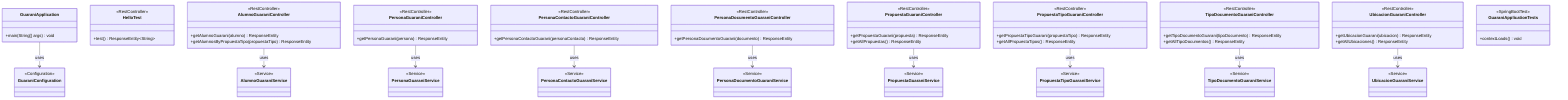
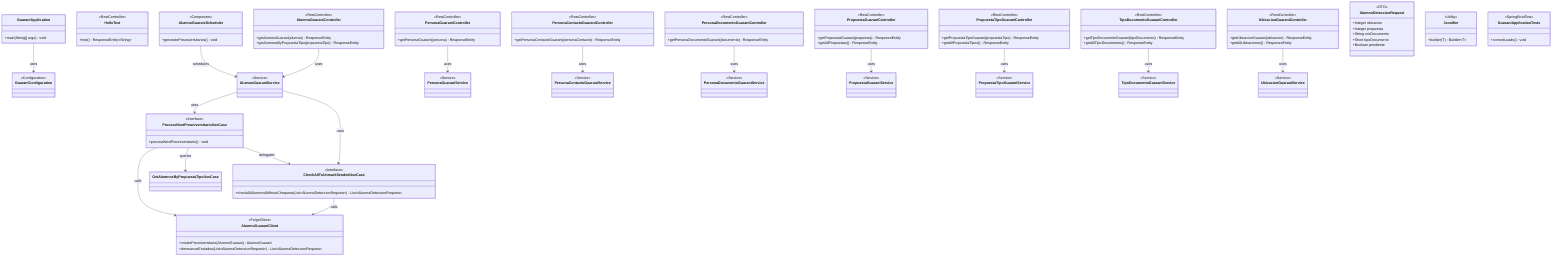
classDiagram
    class GuaraniApplication {
        +main(String[] args) void
    }

    class GuaraniConfiguration {
        <<Configuration>>
        <<EnableFeignClients>>
+         <<EnableScheduling>>
    }

    class HelloTest {
        <<RestController>>
        +test() ResponseEntity~String~
    }

    class AlumnoGuaraniController {
        <<RestController>>
        +getAlumnoGuarani(alumno) ResponseEntity
        +getAlumnosByPropuestaTipo(propuestaTipo) ResponseEntity
    }

    class PersonaGuaraniController {
        <<RestController>>
        +getPersonaGuarani(persona) ResponseEntity
    }

    class PersonaContactoGuaraniController {
        <<RestController>>
        +getPersonaContactoGuarani(personaContacto) ResponseEntity
    }

    class PersonaDocumentoGuaraniController {
        <<RestController>>
        +getPersonaDocumentoGuarani(documento) ResponseEntity
    }

    class PropuestaGuaraniController {
        <<RestController>>
        +getPropuestaGuarani(propuesta) ResponseEntity
        +getAllPropuestas() ResponseEntity
    }

    class PropuestaTipoGuaraniController {
        <<RestController>>
        +getPropuestaTipoGuarani(propuestaTipo) ResponseEntity
        +getAllPropuestaTipos() ResponseEntity
    }

    class TipoDocumentoGuaraniController {
        <<RestController>>
        +getTipoDocumentoGuarani(tipoDocumento) ResponseEntity
        +getAllTipoDocumentos() ResponseEntity
    }

    class UbicacionGuaraniController {
        <<RestController>>
        +getUbicacionGuarani(ubicacion) ResponseEntity
        +getAllUbicaciones() ResponseEntity
    }

    class AlumnoGuaraniService {
        <<Service>>
    }

    class PersonaGuaraniService {
        <<Service>>
    }

    class PersonaContactoGuaraniService {
        <<Service>>
    }

    class PersonaDocumentoGuaraniService {
        <<Service>>
    }

    class PropuestaGuaraniService {
        <<Service>>
    }

    class PropuestaTipoGuaraniService {
        <<Service>>
    }

    class TipoDocumentoGuaraniService {
        <<Service>>
    }

    class UbicacionGuaraniService {
        <<Service>>
    }

+     class AlumnoGuaraniScheduler {
+         <<Component>>
+         +generatePreuniversitarios() void
+     }
+ 
+     class AlumnoGuaraniClient {
+         <<FeignClient>>
+         +createPreuniversitario(AlumnoGuarani) AlumnoGuarani
+         +desmarcarEnviados(List~AlumnoDeteccionRequest~) List~AlumnoDeteccionRequest~
+     }
+ 
+     class AlumnoDeteccionRequest {
+         <<DTO>>
+         +Integer ubicacion
+         +Integer propuesta
+         +String nroDocumento
+         +Short tipoDocumento
+         +Boolean pendiente
+     }
+ 
+     class ProcessNextPreuniversitarioUseCase {
+         <<Interface>>
+         +processNextPreuniversitario() void
+     }
+ 
+     class CheckAllToUnmarkSendedUseCase {
+         <<Interface>>
+         +checkAllAlumnosWithoutChequera(List~AlumnoDeteccionRequest~) List~AlumnoDeteccionRequest~
+     }
+ 
+     class Jsonifier {
+         <<Utility>>
+         +builder(T) Builder~T~
+     }
+ 
    class GuaraniApplicationTests {
        <<SpringBootTest>>
        +contextLoads() void
    }

    GuaraniApplication --> GuaraniConfiguration : uses
+     AlumnoGuaraniScheduler --> AlumnoGuaraniService : schedules
+     AlumnoGuaraniService --> ProcessNextPreuniversitarioUseCase : uses
+     AlumnoGuaraniService --> CheckAllToUnmarkSendedUseCase : uses
+     ProcessNextPreuniversitarioUseCase --> AlumnoGuaraniClient : calls
+     ProcessNextPreuniversitarioUseCase --> GetAlumnosByPropuestaTipoUseCase : queries
+     ProcessNextPreuniversitarioUseCase --> CheckAllToUnmarkSendedUseCase : delegates
+     CheckAllToUnmarkSendedUseCase --> AlumnoGuaraniClient : calls
    AlumnoGuaraniController --> AlumnoGuaraniService : uses
    PersonaGuaraniController --> PersonaGuaraniService : uses
    PersonaContactoGuaraniController --> PersonaContactoGuaraniService : uses
    PersonaDocumentoGuaraniController --> PersonaDocumentoGuaraniService : uses
    PropuestaGuaraniController --> PropuestaGuaraniService : uses
    PropuestaTipoGuaraniController --> PropuestaTipoGuaraniService : uses
    TipoDocumentoGuaraniController --> TipoDocumentoGuaraniService : uses
    UbicacionGuaraniController --> UbicacionGuaraniService : uses
